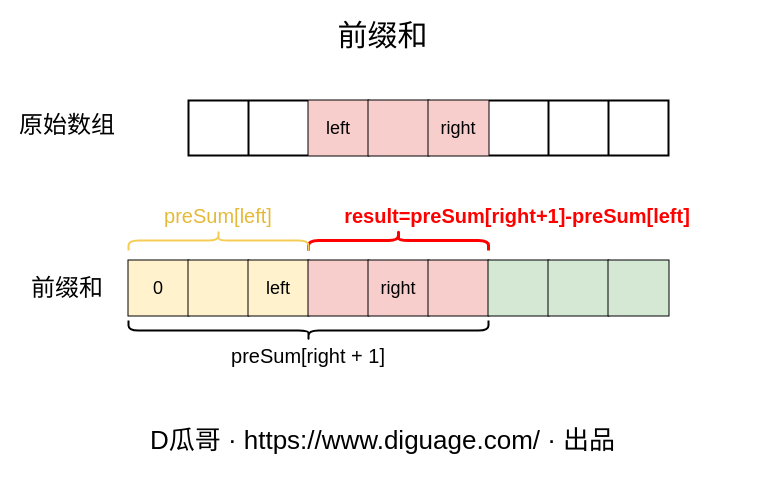
Earlier version of the draw.io diagram page "LeetCode-0303" (6 of 9) of static/diagrams/data-structures.drawio (diguage/www.diguage.com). Source tidied: cells renumbered, new cells numbered last; positions are measured from the earlier drawing's top-left corner, leaving out a move shared by most shapes. Both pictures are drawn from the tidied source at 100%, with x=0, y=0 at pixel (17, 20).
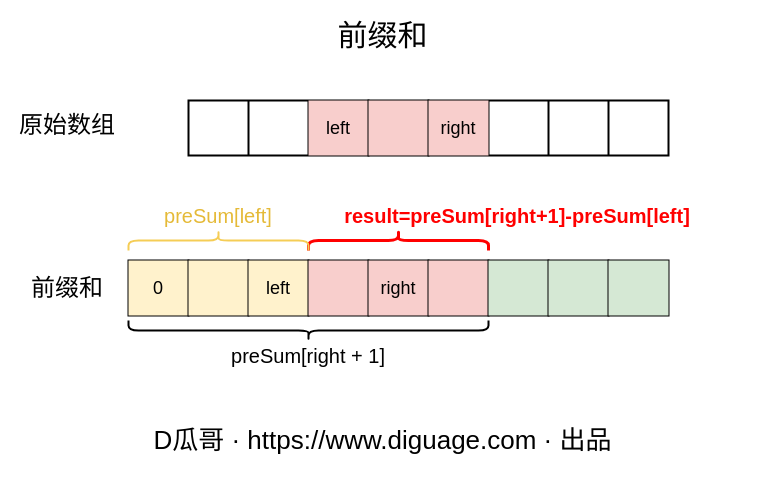
The same diagram, later.

Change to the diagram source:
```diff
@@
-    <mxCell id="32" value="D瓜哥 · https://www.diguage.com/ · 出品" style="text;html=1;strokeColor=none;fillColor=none;align=center;verticalAlign=middle;whiteSpace=wrap;rounded=0;fontFamily=JetBrains Mono;fontSize=26;" parent="1" vertex="1">
+    <mxCell id="32" value="D瓜哥 · https://www.diguage.com · 出品" style="text;html=1;strokeColor=none;fillColor=none;align=center;verticalAlign=middle;whiteSpace=wrap;rounded=0;fontFamily=JetBrains Mono;fontSize=26;" parent="1" vertex="1">
       <mxGeometry x="19" y="400" width="693" height="40" as="geometry" />
     </mxCell>
```
